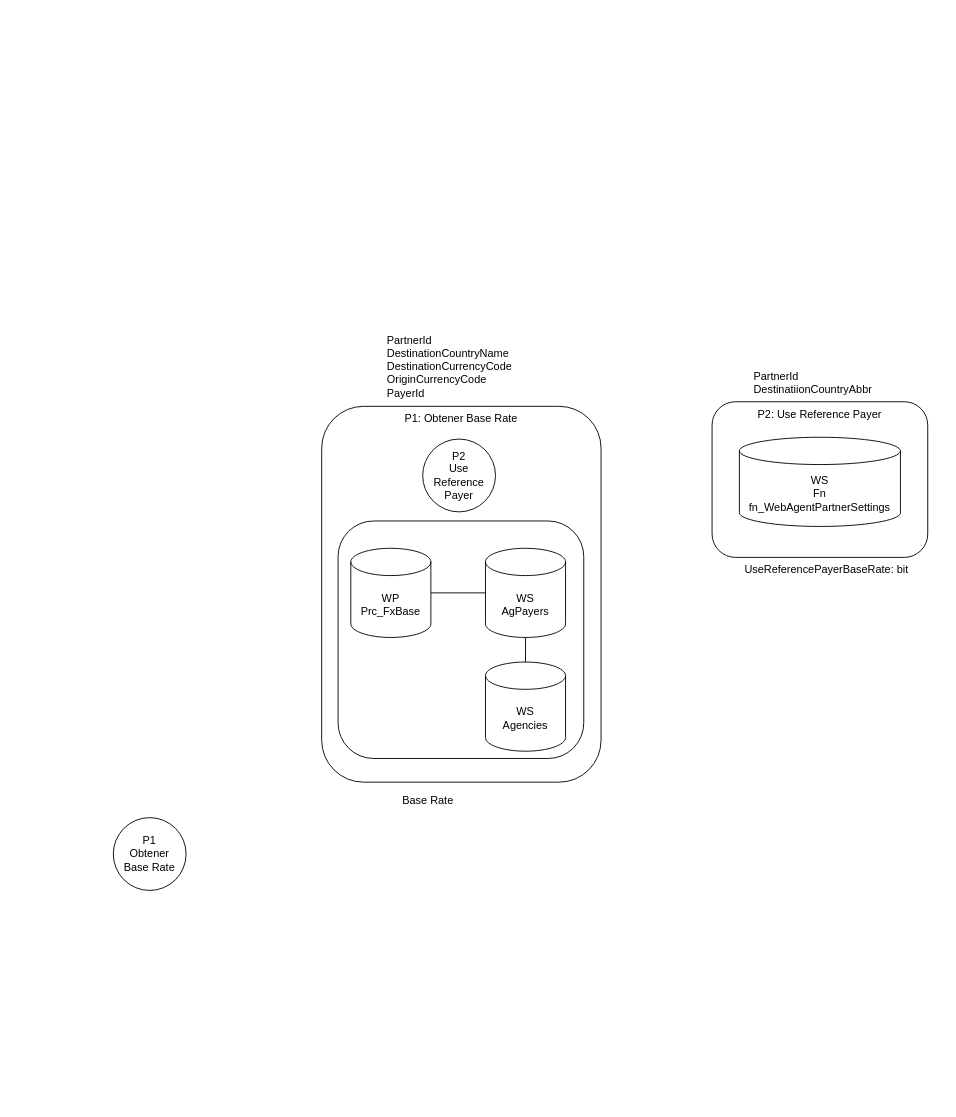
Above: Payers.drawio in notariopablomarcelo/intermex (draw.io), before the change. Source tidied: cells renumbered, new cells numbered last; positions are measured from the earlier drawing's top-left corner, leaving out a move shared by most shapes. Both pictures are drawn from the tidied source at 91%, with x=0, y=0 at pixel (113, 328).
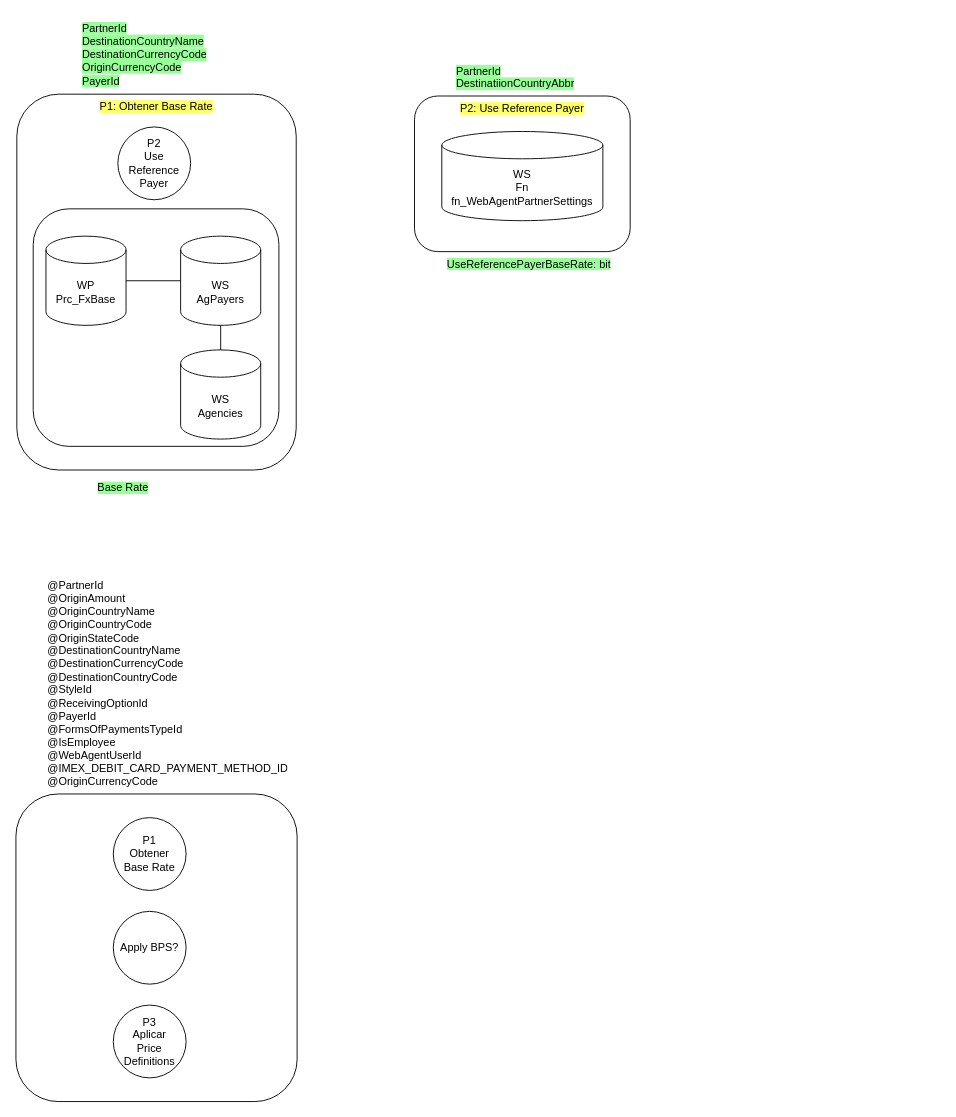
The same diagram, later.

Diff of the diagram source:
```diff
@@
+    <mxCell id="17" style="rounded=1;whiteSpace=wrap;html=1;" parent="1" vertex="1">
+      <mxGeometry x="-107" y="512" width="309" height="338" as="geometry" />
+    </mxCell>
+    <mxCell id="18" style="group;" parent="1" vertex="1">
+      <mxGeometry x="331" y="-296" width="251" height="251" as="geometry" />
+    </mxCell>
+    <mxCell id="13" value="&lt;span style=&quot;background-color: rgb(255, 255, 102);&quot;&gt;P2: Use Reference Payer&lt;/span&gt;" style="rounded=1;whiteSpace=wrap;html=1;verticalAlign=top;" parent="18" vertex="1">
+      <mxGeometry y="41" width="237" height="171" as="geometry" />
+    </mxCell>
+    <mxCell id="14" value="WS&lt;br&gt;Fn&lt;br&gt;fn_WebAgentPartnerSettings" style="shape=cylinder3;whiteSpace=wrap;html=1;boundedLbl=1;backgroundOutline=1;size=15;" parent="18" vertex="1">
+      <mxGeometry x="30" y="80" width="177" height="98" as="geometry" />
+    </mxCell>
+    <mxCell id="15" value="&lt;span style=&quot;background-color: rgb(153, 255, 153);&quot;&gt;PartnerId&lt;br&gt;DestinatiionCountryAbbr&lt;/span&gt;" style="text;strokeColor=none;fillColor=none;align=left;verticalAlign=top;spacingLeft=4;spacingRight=4;overflow=hidden;whiteSpace=wrap;html=1;" parent="18" vertex="1">
+      <mxGeometry x="40" width="211" height="39" as="geometry" />
+    </mxCell>
+    <mxCell id="16" value="&lt;span style=&quot;background-color: rgb(153, 255, 153);&quot;&gt;UseReferencePayerBaseRate: bit&lt;/span&gt;" style="text;strokeColor=none;fillColor=none;align=left;verticalAlign=top;spacingLeft=4;spacingRight=4;overflow=hidden;whiteSpace=wrap;html=1;" parent="18" vertex="1">
+      <mxGeometry x="30" y="212" width="211" height="39" as="geometry" />
+    </mxCell>
+    <mxCell id="19" style="group;" parent="1" vertex="1">
+      <mxGeometry x="-106" y="-343" width="307" height="545" as="geometry" />
+    </mxCell>
-    <mxCell id="2" value="P1: Obtener Base Rate" style="rounded=1;whiteSpace=wrap;html=1;verticalAlign=top;align=center;" parent="1" vertex="1">
-      <mxGeometry x="229" y="86" width="307" height="413" as="geometry" />
+    <mxCell id="2" value="&lt;span style=&quot;background-color: rgb(255, 255, 102);&quot;&gt;P1: Obtener Base Rate&lt;/span&gt;" style="rounded=1;whiteSpace=wrap;html=1;verticalAlign=top;align=center;" parent="19" vertex="1">
+      <mxGeometry y="86" width="307" height="413" as="geometry" />
     </mxCell>
-    <mxCell id="3" value="P1&lt;br&gt;Obtener&lt;br&gt;Base Rate" style="ellipse;whiteSpace=wrap;html=1;" parent="1" vertex="1">
-      <mxGeometry y="538" width="80" height="80" as="geometry" />
-    </mxCell>
-    <mxCell id="4" value="PartnerId&lt;br&gt;DestinationCountryName&lt;br&gt;DestinationCurrencyCode&lt;br&gt;OriginCurrencyCode&lt;br&gt;PayerId" style="text;strokeColor=none;fillColor=none;align=left;verticalAlign=top;spacingLeft=4;spacingRight=4;overflow=hidden;whiteSpace=wrap;html=1;" parent="1" vertex="1">
-      <mxGeometry x="295" width="211" height="88" as="geometry" />
+    <mxCell id="4" value="&lt;span style=&quot;background-color: rgb(153, 255, 153);&quot;&gt;PartnerId&lt;br&gt;DestinationCountryName&lt;br&gt;DestinationCurrencyCode&lt;br&gt;OriginCurrencyCode&lt;br&gt;PayerId&lt;/span&gt;" style="text;strokeColor=none;fillColor=none;align=left;verticalAlign=top;spacingLeft=4;spacingRight=4;overflow=hidden;whiteSpace=wrap;html=1;" parent="19" vertex="1">
+      <mxGeometry x="66" width="211" height="88" as="geometry" />
     </mxCell>
-    <mxCell id="5" value="Base Rate" style="text;strokeColor=none;fillColor=none;align=left;verticalAlign=top;spacingLeft=4;spacingRight=4;overflow=hidden;whiteSpace=wrap;html=1;" parent="1" vertex="1">
-      <mxGeometry x="312" y="505" width="211" height="40" as="geometry" />
+    <mxCell id="5" value="&lt;span style=&quot;background-color: rgb(153, 255, 153);&quot;&gt;Base Rate&lt;/span&gt;" style="text;strokeColor=none;fillColor=none;align=left;verticalAlign=top;spacingLeft=4;spacingRight=4;overflow=hidden;whiteSpace=wrap;html=1;" parent="19" vertex="1">
+      <mxGeometry x="83" y="505" width="211" height="40" as="geometry" />
     </mxCell>
-    <mxCell id="6" value="P2&lt;br&gt;Use Reference&lt;br&gt;Payer" style="ellipse;whiteSpace=wrap;html=1;" parent="1" vertex="1">
-      <mxGeometry x="340" y="122" width="80" height="80" as="geometry" />
+    <mxCell id="6" value="P2&lt;br&gt;Use Reference&lt;br&gt;Payer" style="ellipse;whiteSpace=wrap;html=1;" parent="19" vertex="1">
+      <mxGeometry x="111" y="122" width="80" height="80" as="geometry" />
     </mxCell>
-    <mxCell id="7" style="rounded=1;whiteSpace=wrap;html=1;" parent="1" vertex="1">
-      <mxGeometry x="247" y="212" width="270" height="261" as="geometry" />
+    <mxCell id="7" style="rounded=1;whiteSpace=wrap;html=1;" parent="19" vertex="1">
+      <mxGeometry x="18" y="212" width="270" height="261" as="geometry" />
     </mxCell>
-    <mxCell id="8" value="WP&lt;br&gt;Prc_FxBase" style="shape=cylinder3;whiteSpace=wrap;html=1;boundedLbl=1;backgroundOutline=1;size=15;" parent="1" vertex="1">
-      <mxGeometry x="261" y="242" width="88" height="98" as="geometry" />
+    <mxCell id="8" value="WP&lt;br&gt;Prc_FxBase" style="shape=cylinder3;whiteSpace=wrap;html=1;boundedLbl=1;backgroundOutline=1;size=15;" parent="19" vertex="1">
+      <mxGeometry x="32" y="242" width="88" height="98" as="geometry" />
     </mxCell>
-    <mxCell id="9" style="endArrow=none;html=1;rounded=0;entryX=0;entryY=0.5;entryDx=0;entryDy=0;entryPerimeter=0;exitX=1;exitY=0.5;exitDx=0;exitDy=0;exitPerimeter=0;" parent="1" edge="1" source="8" target="10">
+    <mxCell id="9" style="endArrow=none;html=1;rounded=0;entryX=0;entryY=0.5;entryDx=0;entryDy=0;entryPerimeter=0;exitX=1;exitY=0.5;exitDx=0;exitDy=0;exitPerimeter=0;" parent="19" edge="1" source="8" target="10">
       <mxGeometry relative="1" as="geometry" />
     </mxCell>
-    <mxCell id="10" value="WS&lt;br&gt;AgPayers" style="shape=cylinder3;whiteSpace=wrap;html=1;boundedLbl=1;backgroundOutline=1;size=15;" parent="1" vertex="1">
-      <mxGeometry x="409" y="242" width="88" height="98" as="geometry" />
+    <mxCell id="10" value="WS&lt;br&gt;AgPayers" style="shape=cylinder3;whiteSpace=wrap;html=1;boundedLbl=1;backgroundOutline=1;size=15;" parent="19" vertex="1">
+      <mxGeometry x="180" y="242" width="88" height="98" as="geometry" />
     </mxCell>
-    <mxCell id="11" style="endArrow=none;html=1;rounded=0;entryX=0.5;entryY=1;entryDx=0;entryDy=0;entryPerimeter=0;exitX=0.5;exitY=0;exitDx=0;exitDy=0;exitPerimeter=0;" parent="1" edge="1" source="12" target="10">
+    <mxCell id="11" style="endArrow=none;html=1;rounded=0;entryX=0.5;entryY=1;entryDx=0;entryDy=0;entryPerimeter=0;exitX=0.5;exitY=0;exitDx=0;exitDy=0;exitPerimeter=0;" parent="19" edge="1" source="12" target="10">
       <mxGeometry relative="1" as="geometry" />
     </mxCell>
-    <mxCell id="12" value="WS&lt;br&gt;Agencies" style="shape=cylinder3;whiteSpace=wrap;html=1;boundedLbl=1;backgroundOutline=1;size=15;" parent="1" vertex="1">
-      <mxGeometry x="409" y="367" width="88" height="98" as="geometry" />
+    <mxCell id="12" value="WS&lt;br&gt;Agencies" style="shape=cylinder3;whiteSpace=wrap;html=1;boundedLbl=1;backgroundOutline=1;size=15;" parent="19" vertex="1">
+      <mxGeometry x="180" y="367" width="88" height="98" as="geometry" />
     </mxCell>
-    <mxCell id="13" value="P2: Use Reference Payer" style="rounded=1;whiteSpace=wrap;html=1;verticalAlign=top;" parent="1" vertex="1">
-      <mxGeometry x="658" y="81" width="237" height="171" as="geometry" />
-    </mxCell>
-    <mxCell id="14" value="WS&lt;br&gt;Fn&lt;br&gt;fn_WebAgentPartnerSettings" style="shape=cylinder3;whiteSpace=wrap;html=1;boundedLbl=1;backgroundOutline=1;size=15;" parent="1" vertex="1">
-      <mxGeometry x="688" y="120" width="177" height="98" as="geometry" />
-    </mxCell>
-    <mxCell id="15" value="PartnerId&lt;br&gt;DestinatiionCountryAbbr" style="text;strokeColor=none;fillColor=none;align=left;verticalAlign=top;spacingLeft=4;spacingRight=4;overflow=hidden;whiteSpace=wrap;html=1;" parent="1" vertex="1">
-      <mxGeometry x="698" y="40" width="211" height="39" as="geometry" />
-    </mxCell>
-    <mxCell id="16" value="UseReferencePayerBaseRate: bit" style="text;strokeColor=none;fillColor=none;align=left;verticalAlign=top;spacingLeft=4;spacingRight=4;overflow=hidden;whiteSpace=wrap;html=1;" parent="1" vertex="1">
-      <mxGeometry x="688" y="252" width="211" height="39" as="geometry" />
-    </mxCell>
+    <mxCell id="3" value="P1&lt;br&gt;Obtener&lt;br&gt;Base Rate" style="ellipse;whiteSpace=wrap;html=1;" parent="1" vertex="1">
+      <mxGeometry y="538" width="80" height="80" as="geometry" />
+    </mxCell>
+    <mxCell id="20" value="@PartnerId&lt;br&gt;@OriginAmount&lt;br&gt;@OriginCountryName&lt;br&gt;@OriginCountryCode&lt;br&gt;@OriginStateCode&lt;br&gt;@DestinationCountryName&lt;br&gt;@DestinationCurrencyCode&lt;br&gt;@DestinationCountryCode&lt;br&gt;@StyleId&lt;br&gt;@ReceivingOptionId&lt;br&gt;@PayerId&lt;br&gt;@FormsOfPaymentsTypeId&lt;br&gt;@IsEmployee&lt;br&gt;@WebAgentUserId&lt;br&gt;@IMEX_DEBIT_CARD_PAYMENT_METHOD_ID&lt;br&gt;@OriginCurrencyCode" style="text;strokeColor=none;fillColor=none;align=left;verticalAlign=top;spacingLeft=4;spacingRight=4;overflow=hidden;whiteSpace=wrap;html=1;" parent="1" vertex="1">
+      <mxGeometry x="-78" y="269" width="292" height="251" as="geometry" />
+    </mxCell>
+    <mxCell id="21" value="Apply BPS?" style="ellipse;whiteSpace=wrap;html=1;" parent="1" vertex="1">
+      <mxGeometry y="641" width="80" height="80" as="geometry" />
+    </mxCell>
+    <mxCell id="22" value="P3&lt;br&gt;Aplicar&lt;br&gt;Price Definitions" style="ellipse;whiteSpace=wrap;html=1;" parent="1" vertex="1">
+      <mxGeometry y="744" width="80" height="80" as="geometry" />
+    </mxCell>
```
